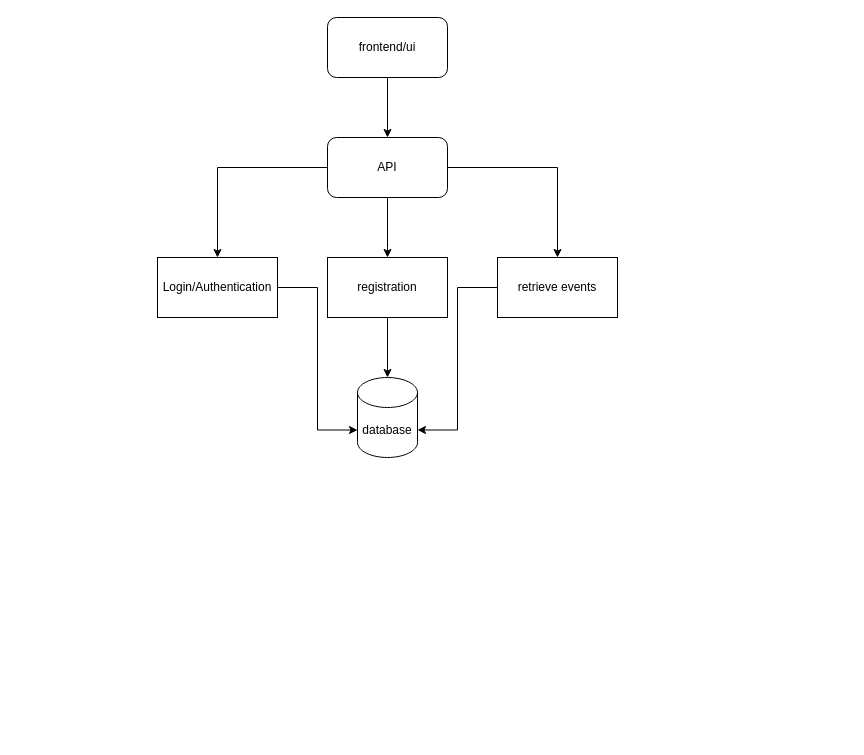
Above: Untitled Diagram.drawio in adalsantana/BAHMSD (draw.io), before the change. Source tidied: cells renumbered, new cells numbered last; positions are measured from the earlier drawing's top-left corner, leaving out a move shared by most shapes. Both pictures are drawn from the tidied source at 100%, with x=0, y=0 at pixel (157, 17).
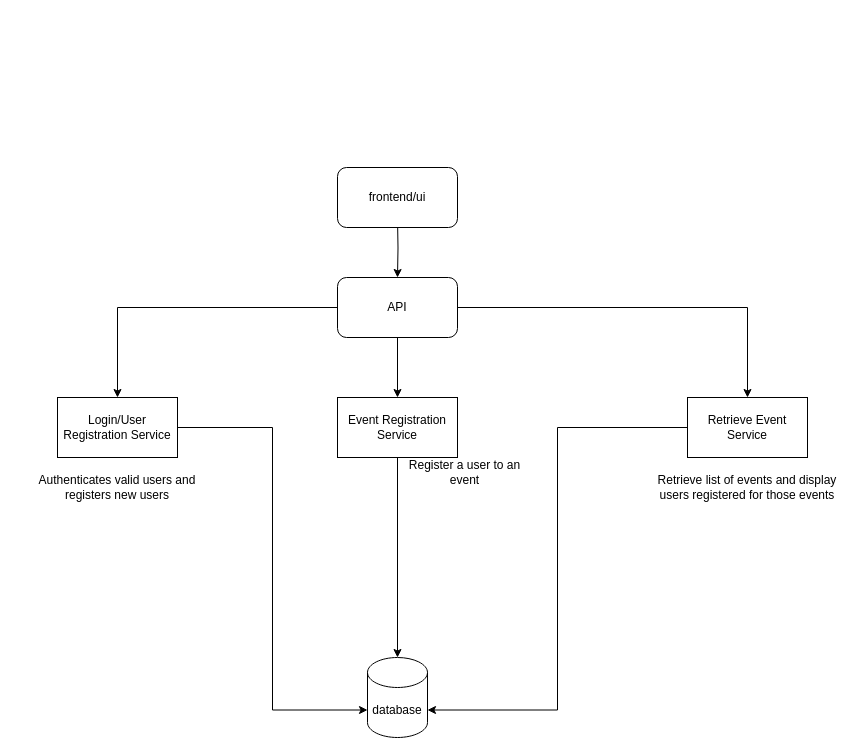
The same page after the edit.

The edit, as a diff of the source:
```diff
@@
 <mxGraphModel>
   <root>
     <mxCell id="0" />
     <mxCell id="1" parent="0" />
     <mxCell id="2" style="edgeStyle=orthogonalEdgeStyle;rounded=0;jettySize=auto;html=1;entryX=0;entryY=0;entryDx=0;entryDy=52.5;entryPerimeter=0;" parent="1" edge="1" source="3" target="4">
       <mxGeometry relative="1" as="geometry" />
     </mxCell>
-    <mxCell id="3" value="Login/Authentication&lt;br&gt;" style="rounded=0;whiteSpace=wrap;html=1;" parent="1" vertex="1">
-      <mxGeometry y="240" width="120" height="60" as="geometry" />
+    <mxCell id="3" value="Login/User Registration Service" style="rounded=0;whiteSpace=wrap;html=1;" parent="1" vertex="1">
+      <mxGeometry x="-100" y="380" width="120" height="60" as="geometry" />
     </mxCell>
     <mxCell id="4" value="database" style="shape=cylinder3;whiteSpace=wrap;html=1;boundedLbl=1;backgroundOutline=1;size=15;" parent="1" vertex="1">
-      <mxGeometry x="200" y="360" width="60" height="80" as="geometry" />
+      <mxGeometry x="210" y="640" width="60" height="80" as="geometry" />
     </mxCell>
-    <mxCell id="5" style="edgeStyle=orthogonalEdgeStyle;rounded=0;jettySize=auto;html=1;" parent="1" edge="1" source="6" target="4">
-      <mxGeometry relative="1" as="geometry" />
-    </mxCell>
-    <mxCell id="6" value="registration" style="rounded=0;whiteSpace=wrap;html=1;" parent="1" vertex="1">
-      <mxGeometry x="170" y="240" width="120" height="60" as="geometry" />
-    </mxCell>
     <mxCell id="7" style="edgeStyle=orthogonalEdgeStyle;rounded=0;jettySize=auto;html=1;entryX=1;entryY=0;entryDx=0;entryDy=52.5;entryPerimeter=0;" parent="1" edge="1" source="8" target="4">
       <mxGeometry relative="1" as="geometry" />
     </mxCell>
-    <mxCell id="8" value="retrieve events" style="rounded=0;whiteSpace=wrap;html=1;" parent="1" vertex="1">
-      <mxGeometry x="340" y="240" width="120" height="60" as="geometry" />
+    <mxCell id="8" value="Retrieve Event Service" style="rounded=0;whiteSpace=wrap;html=1;" parent="1" vertex="1">
+      <mxGeometry x="530" y="380" width="120" height="60" as="geometry" />
     </mxCell>
-    <mxCell id="9" style="edgeStyle=orthogonalEdgeStyle;rounded=0;jettySize=auto;html=1;entryX=0.5;entryY=0;entryDx=0;entryDy=0;" parent="1" edge="1" source="10" target="14">
-      <mxGeometry relative="1" as="geometry" />
+    <mxCell id="9" style="edgeStyle=orthogonalEdgeStyle;rounded=0;jettySize=auto;html=1;entryX=0.5;entryY=0;entryDx=0;entryDy=0;" parent="1" edge="1" target="14">
+      <mxGeometry relative="1" as="geometry">
+        <mxPoint x="240" y="200" as="sourcePoint" />
+      </mxGeometry>
     </mxCell>
     <mxCell id="10" value="frontend/ui" style="rounded=1;whiteSpace=wrap;html=1;" parent="1" vertex="1">
-      <mxGeometry x="170" width="120" height="60" as="geometry" />
+      <mxGeometry x="180" y="150" width="120" height="60" as="geometry" />
     </mxCell>
     <mxCell id="11" style="edgeStyle=orthogonalEdgeStyle;rounded=0;jettySize=auto;html=1;" parent="1" edge="1" source="14" target="3">
       <mxGeometry relative="1" as="geometry" />
     </mxCell>
-    <mxCell id="12" style="edgeStyle=orthogonalEdgeStyle;rounded=0;jettySize=auto;html=1;entryX=0.5;entryY=0;entryDx=0;entryDy=0;" parent="1" edge="1" source="14" target="6">
-      <mxGeometry relative="1" as="geometry">
-        <Array as="points">
-          <mxPoint x="230" y="230" />
-        </Array>
-      </mxGeometry>
-    </mxCell>
     <mxCell id="13" style="edgeStyle=orthogonalEdgeStyle;rounded=0;jettySize=auto;html=1;" parent="1" edge="1" source="14" target="8">
       <mxGeometry relative="1" as="geometry" />
     </mxCell>
+    <mxCell id="15" style="edgeStyle=orthogonalEdgeStyle;rounded=0;jettySize=auto;html=1;entryX=0.5;entryY=0;entryDx=0;entryDy=0;" parent="1" edge="1" source="14" target="17">
+      <mxGeometry relative="1" as="geometry" />
+    </mxCell>
     <mxCell id="14" value="API" style="rounded=1;whiteSpace=wrap;html=1;" parent="1" vertex="1">
-      <mxGeometry x="170" y="120" width="120" height="60" as="geometry" />
+      <mxGeometry x="180" y="260" width="120" height="60" as="geometry" />
     </mxCell>
+    <mxCell id="16" style="edgeStyle=orthogonalEdgeStyle;rounded=0;jettySize=auto;html=1;entryX=0.5;entryY=0;entryDx=0;entryDy=0;entryPerimeter=0;" parent="1" edge="1" source="17" target="4">
+      <mxGeometry relative="1" as="geometry" />
+    </mxCell>
+    <mxCell id="17" value="Event Registration Service" style="rounded=0;whiteSpace=wrap;html=1;" parent="1" vertex="1">
+      <mxGeometry x="180" y="380" width="120" height="60" as="geometry" />
+    </mxCell>
+    <mxCell id="18" value="Authenticates valid users and registers new users" style="text;html=1;strokeColor=none;fillColor=none;align=center;verticalAlign=middle;whiteSpace=wrap;rounded=0;" parent="1" vertex="1">
+      <mxGeometry x="-140" y="420" width="200" height="100" as="geometry" />
+    </mxCell>
+    <mxCell id="19" value="Retrieve list of events and display users registered for those events" style="text;html=1;strokeColor=none;fillColor=none;align=center;verticalAlign=middle;whiteSpace=wrap;rounded=0;" parent="1" vertex="1">
+      <mxGeometry x="490" y="415" width="200" height="110" as="geometry" />
+    </mxCell>
+    <mxCell id="20" value="Register a user to an event" style="text;html=1;strokeColor=none;fillColor=none;align=center;verticalAlign=middle;whiteSpace=wrap;rounded=0;" parent="1" vertex="1">
+      <mxGeometry x="240" y="430" width="135" height="50" as="geometry" />
+    </mxCell>
   </root>
 </mxGraphModel>
```
